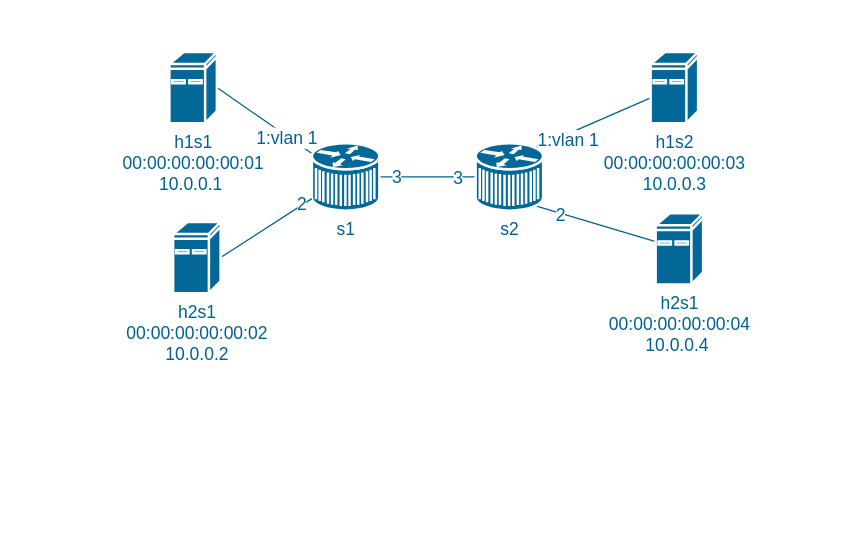
Earlier version of the draw.io diagram page "openvswitch-vlan" (7 of 8) of SDN.drawio (waterwatermelon/graph). Source tidied: cells renumbered, new cells numbered last; positions are measured from the earlier drawing's top-left corner, leaving out a move shared by most shapes. Both pictures are drawn from the tidied source at 125%, with x=0, y=0 at pixel (169, 51).
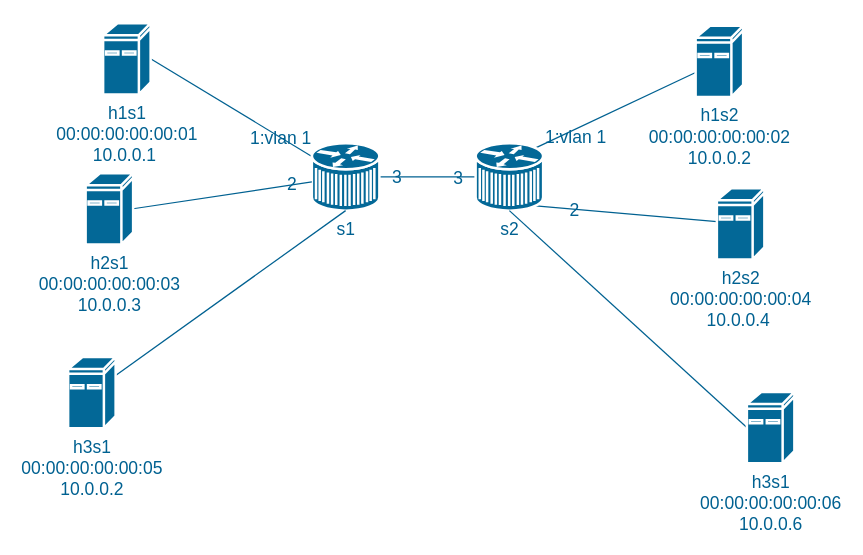
The same diagram, later.

What changed in the source:
```diff
@@
-    <mxCell id="2" style="rounded=0;jettySize=auto;html=1;exitX=1;exitY=0.5;exitDx=0;exitDy=0;exitPerimeter=0;fontSize=14;endArrow=none;endFill=0;strokeColor=#006191;" parent="1" edge="1" source="4" target="8">
+    <mxCell id="2" style="rounded=0;jettySize=auto;html=1;exitX=1;exitY=0.5;exitDx=0;exitDy=0;exitPerimeter=0;fontSize=14;endArrow=none;endFill=0;strokeColor=#006191;labelBackgroundColor=none;labelBorderColor=none;" parent="1" edge="1" source="4" target="8">
       <mxGeometry relative="1" as="geometry" />
     </mxCell>
-    <mxCell id="3" value="&lt;font color=&quot;#006191&quot;&gt;1:vlan 1&lt;br&gt;&lt;/font&gt;" style="edgeLabel;html=1;align=center;verticalAlign=middle;fontSize=14;" parent="2" vertex="1">
+    <mxCell id="3" value="&lt;font color=&quot;#006191&quot;&gt;1:vlan 1&lt;br&gt;&lt;/font&gt;" style="edgeLabel;html=1;align=center;verticalAlign=middle;fontSize=14;labelBackgroundColor=none;labelBorderColor=none;" parent="2" vertex="1">
       <mxGeometry x="0.8" y="-1" relative="1" as="geometry">
         <mxPoint x="-12.2" y="-8.4" as="offset" />
       </mxGeometry>
     </mxCell>
-    <mxCell id="4" value="&lt;font color=&quot;#006191&quot; style=&quot;font-size: 14px&quot;&gt;h1s1&lt;br&gt;00:00:00:00:00:01&lt;br&gt;10.0.0.1&amp;nbsp;&lt;br&gt;&lt;/font&gt;" style="shape=mxgraph.cisco.computers_and_peripherals.ibm_mini_as400;html=1;dashed=0;fillColor=#036897;strokeColor=#ffffff;strokeWidth=2;verticalLabelPosition=bottom;verticalAlign=top;align=center;outlineConnect=0;" parent="1" vertex="1">
-      <mxGeometry width="38" height="57" as="geometry" />
+    <mxCell id="4" value="&lt;font color=&quot;#006191&quot; style=&quot;font-size: 14px&quot;&gt;h1s1&lt;br&gt;00:00:00:00:00:01&lt;br&gt;10.0.0.1&amp;nbsp;&lt;br&gt;&lt;/font&gt;" style="shape=mxgraph.cisco.computers_and_peripherals.ibm_mini_as400;html=1;dashed=0;fillColor=#036897;strokeColor=#ffffff;strokeWidth=2;verticalLabelPosition=bottom;verticalAlign=top;align=center;outlineConnect=0;labelBackgroundColor=none;labelBorderColor=none;" parent="1" vertex="1">
+      <mxGeometry x="-53" y="-23" width="38" height="57" as="geometry" />
     </mxCell>
-    <mxCell id="5" style="edgeStyle=none;rounded=0;jettySize=auto;html=1;exitX=1;exitY=0.5;exitDx=0;exitDy=0;exitPerimeter=0;entryX=0;entryY=0.5;entryDx=0;entryDy=0;entryPerimeter=0;endArrow=none;endFill=0;strokeColor=#006191;fontSize=14;" parent="1" edge="1" source="8" target="13">
+    <mxCell id="5" style="edgeStyle=none;rounded=0;jettySize=auto;html=1;exitX=1;exitY=0.5;exitDx=0;exitDy=0;exitPerimeter=0;entryX=0;entryY=0.5;entryDx=0;entryDy=0;entryPerimeter=0;endArrow=none;endFill=0;strokeColor=#006191;fontSize=14;labelBackgroundColor=none;labelBorderColor=none;" parent="1" edge="1" source="8" target="13">
       <mxGeometry relative="1" as="geometry" />
     </mxCell>
-    <mxCell id="6" value="3" style="edgeLabel;html=1;align=center;verticalAlign=middle;fontSize=14;fontColor=#006191;" parent="5" vertex="1">
+    <mxCell id="6" value="3" style="edgeLabel;html=1;align=center;verticalAlign=middle;fontSize=14;fontColor=#006191;labelBackgroundColor=none;labelBorderColor=none;" parent="5" vertex="1">
       <mxGeometry x="0.62" relative="1" as="geometry" />
     </mxCell>
-    <mxCell id="7" value="3" style="edgeLabel;html=1;align=center;verticalAlign=middle;fontSize=14;fontColor=#006191;" parent="5" vertex="1">
+    <mxCell id="7" value="3" style="edgeLabel;html=1;align=center;verticalAlign=middle;fontSize=14;fontColor=#006191;labelBackgroundColor=none;labelBorderColor=none;" parent="5" vertex="1">
       <mxGeometry x="-0.67" y="1" relative="1" as="geometry" />
     </mxCell>
-    <mxCell id="8" value="&lt;font color=&quot;#006191&quot; style=&quot;font-size: 14px&quot;&gt;s1&lt;/font&gt;&lt;font size=&quot;1&quot;&gt;&lt;br&gt;&lt;/font&gt;" style="shape=mxgraph.cisco.misc.7500ars_(7513);html=1;dashed=0;fillColor=#036897;strokeColor=#ffffff;strokeWidth=2;verticalLabelPosition=bottom;verticalAlign=top;align=center;outlineConnect=0;" parent="1" vertex="1">
+    <mxCell id="8" value="&lt;font color=&quot;#006191&quot; style=&quot;font-size: 14px&quot;&gt;s1&lt;/font&gt;&lt;font size=&quot;1&quot;&gt;&lt;br&gt;&lt;/font&gt;" style="shape=mxgraph.cisco.misc.7500ars_(7513);html=1;dashed=0;fillColor=#036897;strokeColor=#ffffff;strokeWidth=2;verticalLabelPosition=bottom;verticalAlign=top;align=center;outlineConnect=0;labelBackgroundColor=none;labelBorderColor=none;" parent="1" vertex="1">
       <mxGeometry x="114" y="73" width="54" height="54" as="geometry" />
     </mxCell>
-    <mxCell id="9" style="edgeStyle=none;rounded=0;jettySize=auto;html=1;exitX=0.89;exitY=0.07;exitDx=0;exitDy=0;exitPerimeter=0;endArrow=none;endFill=0;strokeColor=#006191;fontSize=14;" parent="1" edge="1" source="13" target="17">
+    <mxCell id="9" style="edgeStyle=none;rounded=0;jettySize=auto;html=1;exitX=0.89;exitY=0.07;exitDx=0;exitDy=0;exitPerimeter=0;endArrow=none;endFill=0;strokeColor=#006191;fontSize=14;labelBackgroundColor=none;labelBorderColor=none;" parent="1" edge="1" source="13" target="17">
       <mxGeometry relative="1" as="geometry" />
     </mxCell>
-    <mxCell id="10" value="1:vlan 1" style="edgeLabel;html=1;align=center;verticalAlign=middle;fontSize=14;fontColor=#006191;" parent="9" vertex="1">
+    <mxCell id="10" value="1:vlan 1" style="edgeLabel;html=1;align=center;verticalAlign=middle;fontSize=14;fontColor=#006191;labelBackgroundColor=none;labelBorderColor=none;" parent="9" vertex="1">
       <mxGeometry x="-0.71" relative="1" as="geometry">
         <mxPoint x="12.1" y="-0.5" as="offset" />
       </mxGeometry>
     </mxCell>
-    <mxCell id="11" style="edgeStyle=none;rounded=0;jettySize=auto;html=1;exitX=0.89;exitY=0.93;exitDx=0;exitDy=0;exitPerimeter=0;endArrow=none;endFill=0;strokeColor=#006191;fontSize=14;" parent="1" edge="1" source="13" target="18">
+    <mxCell id="11" style="rounded=0;jettySize=auto;html=1;exitX=0.89;exitY=0.93;exitDx=0;exitDy=0;exitPerimeter=0;endArrow=none;endFill=0;strokeColor=#006191;fontSize=14;labelBackgroundColor=none;labelBorderColor=none;" parent="1" edge="1" source="13" target="18">
       <mxGeometry relative="1" as="geometry" />
     </mxCell>
-    <mxCell id="12" value="2" style="edgeLabel;html=1;align=center;verticalAlign=middle;fontSize=14;fontColor=#006191;" parent="11" vertex="1">
+    <mxCell id="12" value="2" style="edgeLabel;html=1;align=center;verticalAlign=middle;fontSize=14;fontColor=#006191;labelBackgroundColor=none;labelBorderColor=none;" parent="11" vertex="1">
       <mxGeometry x="-0.58" y="-1" relative="1" as="geometry" />
     </mxCell>
-    <mxCell id="13" value="&lt;font color=&quot;#006191&quot;&gt;&lt;span style=&quot;font-size: 14px&quot;&gt;s2&lt;/span&gt;&lt;/font&gt;" style="shape=mxgraph.cisco.misc.7500ars_(7513);html=1;dashed=0;fillColor=#036897;strokeColor=#ffffff;strokeWidth=2;verticalLabelPosition=bottom;verticalAlign=top;align=center;outlineConnect=0;direction=east;" parent="1" vertex="1">
+    <mxCell id="13" value="&lt;font color=&quot;#006191&quot;&gt;&lt;span style=&quot;font-size: 14px&quot;&gt;s2&lt;/span&gt;&lt;/font&gt;" style="shape=mxgraph.cisco.misc.7500ars_(7513);html=1;dashed=0;fillColor=#036897;strokeColor=#ffffff;strokeWidth=2;verticalLabelPosition=bottom;verticalAlign=top;align=center;outlineConnect=0;direction=east;labelBackgroundColor=none;labelBorderColor=none;" parent="1" vertex="1">
       <mxGeometry x="245" y="73" width="54" height="54" as="geometry" />
     </mxCell>
-    <mxCell id="14" style="edgeStyle=none;rounded=0;jettySize=auto;html=1;exitX=1;exitY=0.5;exitDx=0;exitDy=0;exitPerimeter=0;endArrow=none;endFill=0;strokeColor=#006191;fontSize=14;" parent="1" edge="1" source="16" target="8">
+    <mxCell id="14" style="edgeStyle=none;rounded=0;jettySize=auto;html=1;exitX=1;exitY=0.5;exitDx=0;exitDy=0;exitPerimeter=0;endArrow=none;endFill=0;strokeColor=#006191;fontSize=14;labelBackgroundColor=none;labelBorderColor=none;" parent="1" edge="1" source="16" target="8">
       <mxGeometry relative="1" as="geometry" />
     </mxCell>
-    <mxCell id="15" value="2" style="edgeLabel;html=1;align=center;verticalAlign=middle;fontSize=14;fontColor=#006191;" parent="14" vertex="1">
+    <mxCell id="15" value="2" style="edgeLabel;html=1;align=center;verticalAlign=middle;fontSize=14;fontColor=#006191;labelBackgroundColor=none;labelBorderColor=none;" parent="14" vertex="1">
       <mxGeometry x="0.77" relative="1" as="geometry">
         <mxPoint y="-1" as="offset" />
       </mxGeometry>
     </mxCell>
-    <mxCell id="16" value="&lt;span style=&quot;color: rgb(0 , 97 , 145) ; font-size: 14px&quot;&gt;h2s1&lt;/span&gt;&lt;br style=&quot;color: rgb(0 , 97 , 145) ; font-size: 14px&quot;&gt;&lt;span style=&quot;color: rgb(0 , 97 , 145) ; font-size: 14px&quot;&gt;00:00:00:00:00:02&lt;/span&gt;&lt;br style=&quot;color: rgb(0 , 97 , 145) ; font-size: 14px&quot;&gt;&lt;span style=&quot;color: rgb(0 , 97 , 145) ; font-size: 14px&quot;&gt;10.0.0.2&lt;/span&gt;" style="shape=mxgraph.cisco.computers_and_peripherals.ibm_mini_as400;html=1;dashed=0;fillColor=#036897;strokeColor=#ffffff;strokeWidth=2;verticalLabelPosition=bottom;verticalAlign=top;align=center;outlineConnect=0;" parent="1" vertex="1">
-      <mxGeometry x="3" y="136" width="38" height="57" as="geometry" />
+    <mxCell id="16" value="&lt;span style=&quot;color: rgb(0 , 97 , 145) ; font-size: 14px&quot;&gt;h2s1&lt;/span&gt;&lt;br style=&quot;color: rgb(0 , 97 , 145) ; font-size: 14px&quot;&gt;&lt;span style=&quot;color: rgb(0 , 97 , 145) ; font-size: 14px&quot;&gt;00:00:00:00:00:03&lt;/span&gt;&lt;br style=&quot;color: rgb(0 , 97 , 145) ; font-size: 14px&quot;&gt;&lt;span style=&quot;color: rgb(0 , 97 , 145) ; font-size: 14px&quot;&gt;10.0.0.3&lt;/span&gt;" style="shape=mxgraph.cisco.computers_and_peripherals.ibm_mini_as400;html=1;dashed=0;fillColor=#036897;strokeColor=#ffffff;strokeWidth=2;verticalLabelPosition=bottom;verticalAlign=top;align=center;outlineConnect=0;labelBackgroundColor=none;labelBorderColor=none;" parent="1" vertex="1">
+      <mxGeometry x="-67" y="97" width="38" height="57" as="geometry" />
     </mxCell>
-    <mxCell id="17" value="&lt;span style=&quot;color: rgb(0 , 97 , 145) ; font-size: 14px&quot;&gt;h1s2&lt;/span&gt;&lt;br style=&quot;color: rgb(0 , 97 , 145) ; font-size: 14px&quot;&gt;&lt;span style=&quot;color: rgb(0 , 97 , 145) ; font-size: 14px&quot;&gt;00:00:00:00:00:03&lt;/span&gt;&lt;br style=&quot;color: rgb(0 , 97 , 145) ; font-size: 14px&quot;&gt;&lt;span style=&quot;color: rgb(0 , 97 , 145) ; font-size: 14px&quot;&gt;10.0.0.3&lt;/span&gt;" style="shape=mxgraph.cisco.computers_and_peripherals.ibm_mini_as400;html=1;dashed=0;fillColor=#036897;strokeColor=#ffffff;strokeWidth=2;verticalLabelPosition=bottom;verticalAlign=top;align=center;outlineConnect=0;" parent="1" vertex="1">
-      <mxGeometry x="385" width="38" height="57" as="geometry" />
+    <mxCell id="17" value="&lt;span style=&quot;color: rgb(0 , 97 , 145) ; font-size: 14px&quot;&gt;h1s2&lt;/span&gt;&lt;br style=&quot;color: rgb(0 , 97 , 145) ; font-size: 14px&quot;&gt;&lt;span style=&quot;color: rgb(0 , 97 , 145) ; font-size: 14px&quot;&gt;00:00:00:00:00:02&lt;/span&gt;&lt;br style=&quot;color: rgb(0 , 97 , 145) ; font-size: 14px&quot;&gt;&lt;span style=&quot;color: rgb(0 , 97 , 145) ; font-size: 14px&quot;&gt;10.0.0.2&lt;/span&gt;" style="shape=mxgraph.cisco.computers_and_peripherals.ibm_mini_as400;html=1;dashed=0;fillColor=#036897;strokeColor=#ffffff;strokeWidth=2;verticalLabelPosition=bottom;verticalAlign=top;align=center;outlineConnect=0;labelBackgroundColor=none;labelBorderColor=none;" parent="1" vertex="1">
+      <mxGeometry x="421" y="-21" width="38" height="57" as="geometry" />
     </mxCell>
-    <mxCell id="18" value="&lt;span style=&quot;color: rgb(0 , 97 , 145) ; font-size: 14px&quot;&gt;h2s1&lt;/span&gt;&lt;br style=&quot;color: rgb(0 , 97 , 145) ; font-size: 14px&quot;&gt;&lt;span style=&quot;color: rgb(0 , 97 , 145) ; font-size: 14px&quot;&gt;00:00:00:00:00:04&lt;/span&gt;&lt;br style=&quot;color: rgb(0 , 97 , 145) ; font-size: 14px&quot;&gt;&lt;span style=&quot;color: rgb(0 , 97 , 145) ; font-size: 14px&quot;&gt;10.0.0.4&amp;nbsp;&lt;/span&gt;" style="shape=mxgraph.cisco.computers_and_peripherals.ibm_mini_as400;html=1;dashed=0;fillColor=#036897;strokeColor=#ffffff;strokeWidth=2;verticalLabelPosition=bottom;verticalAlign=top;align=center;outlineConnect=0;" parent="1" vertex="1">
-      <mxGeometry x="389" y="129" width="38" height="57" as="geometry" />
+    <mxCell id="18" value="&lt;span style=&quot;color: rgb(0 , 97 , 145) ; font-size: 14px&quot;&gt;h2s2&lt;/span&gt;&lt;br style=&quot;color: rgb(0 , 97 , 145) ; font-size: 14px&quot;&gt;&lt;span style=&quot;color: rgb(0 , 97 , 145) ; font-size: 14px&quot;&gt;00:00:00:00:00:04&lt;/span&gt;&lt;br style=&quot;color: rgb(0 , 97 , 145) ; font-size: 14px&quot;&gt;&lt;span style=&quot;color: rgb(0 , 97 , 145) ; font-size: 14px&quot;&gt;10.0.0.4&amp;nbsp;&lt;/span&gt;" style="shape=mxgraph.cisco.computers_and_peripherals.ibm_mini_as400;html=1;dashed=0;fillColor=#036897;strokeColor=#ffffff;strokeWidth=2;verticalLabelPosition=bottom;verticalAlign=top;align=center;outlineConnect=0;labelBackgroundColor=none;labelBorderColor=none;" parent="1" vertex="1">
+      <mxGeometry x="438" y="109" width="38" height="57" as="geometry" />
     </mxCell>
+    <mxCell id="19" style="rounded=0;jettySize=auto;html=1;entryX=0.5;entryY=1;entryDx=0;entryDy=0;entryPerimeter=0;endArrow=none;endFill=0;labelBackgroundColor=none;labelBorderColor=none;strokeColor=#006191;" parent="1" edge="1" source="20" target="8">
+      <mxGeometry relative="1" as="geometry" />
+    </mxCell>
+    <mxCell id="20" value="&lt;span style=&quot;color: rgb(0 , 97 , 145) ; font-size: 14px&quot;&gt;h3s1&lt;/span&gt;&lt;br style=&quot;color: rgb(0 , 97 , 145) ; font-size: 14px&quot;&gt;&lt;span style=&quot;color: rgb(0 , 97 , 145) ; font-size: 14px&quot;&gt;00:00:00:00:00:05&lt;/span&gt;&lt;br style=&quot;color: rgb(0 , 97 , 145) ; font-size: 14px&quot;&gt;&lt;span style=&quot;color: rgb(0 , 97 , 145) ; font-size: 14px&quot;&gt;10.0.0.2&lt;/span&gt;" style="shape=mxgraph.cisco.computers_and_peripherals.ibm_mini_as400;html=1;dashed=0;fillColor=#036897;strokeColor=#ffffff;strokeWidth=2;verticalLabelPosition=bottom;verticalAlign=top;align=center;outlineConnect=0;labelBackgroundColor=none;labelBorderColor=none;" parent="1" vertex="1">
+      <mxGeometry x="-81" y="244" width="38" height="57" as="geometry" />
+    </mxCell>
+    <mxCell id="21" style="edgeStyle=none;rounded=0;jettySize=auto;html=1;exitX=0;exitY=0.5;exitDx=0;exitDy=0;exitPerimeter=0;entryX=0.5;entryY=1;entryDx=0;entryDy=0;entryPerimeter=0;labelBackgroundColor=none;fontColor=#001933;endArrow=none;endFill=0;strokeColor=#006191;" parent="1" edge="1" source="22" target="13">
+      <mxGeometry relative="1" as="geometry" />
+    </mxCell>
+    <mxCell id="22" value="&lt;span style=&quot;color: rgb(0 , 97 , 145) ; font-size: 14px&quot;&gt;h3s1&lt;/span&gt;&lt;br style=&quot;color: rgb(0 , 97 , 145) ; font-size: 14px&quot;&gt;&lt;span style=&quot;color: rgb(0 , 97 , 145) ; font-size: 14px&quot;&gt;00:00:00:00:00:06&lt;/span&gt;&lt;br style=&quot;color: rgb(0 , 97 , 145) ; font-size: 14px&quot;&gt;&lt;span style=&quot;color: rgb(0 , 97 , 145) ; font-size: 14px&quot;&gt;10.0.0.6&lt;/span&gt;" style="shape=mxgraph.cisco.computers_and_peripherals.ibm_mini_as400;html=1;dashed=0;fillColor=#036897;strokeColor=#ffffff;strokeWidth=2;verticalLabelPosition=bottom;verticalAlign=top;align=center;outlineConnect=0;labelBackgroundColor=none;labelBorderColor=none;" parent="1" vertex="1">
+      <mxGeometry x="462" y="272" width="38" height="57" as="geometry" />
+    </mxCell>
```
